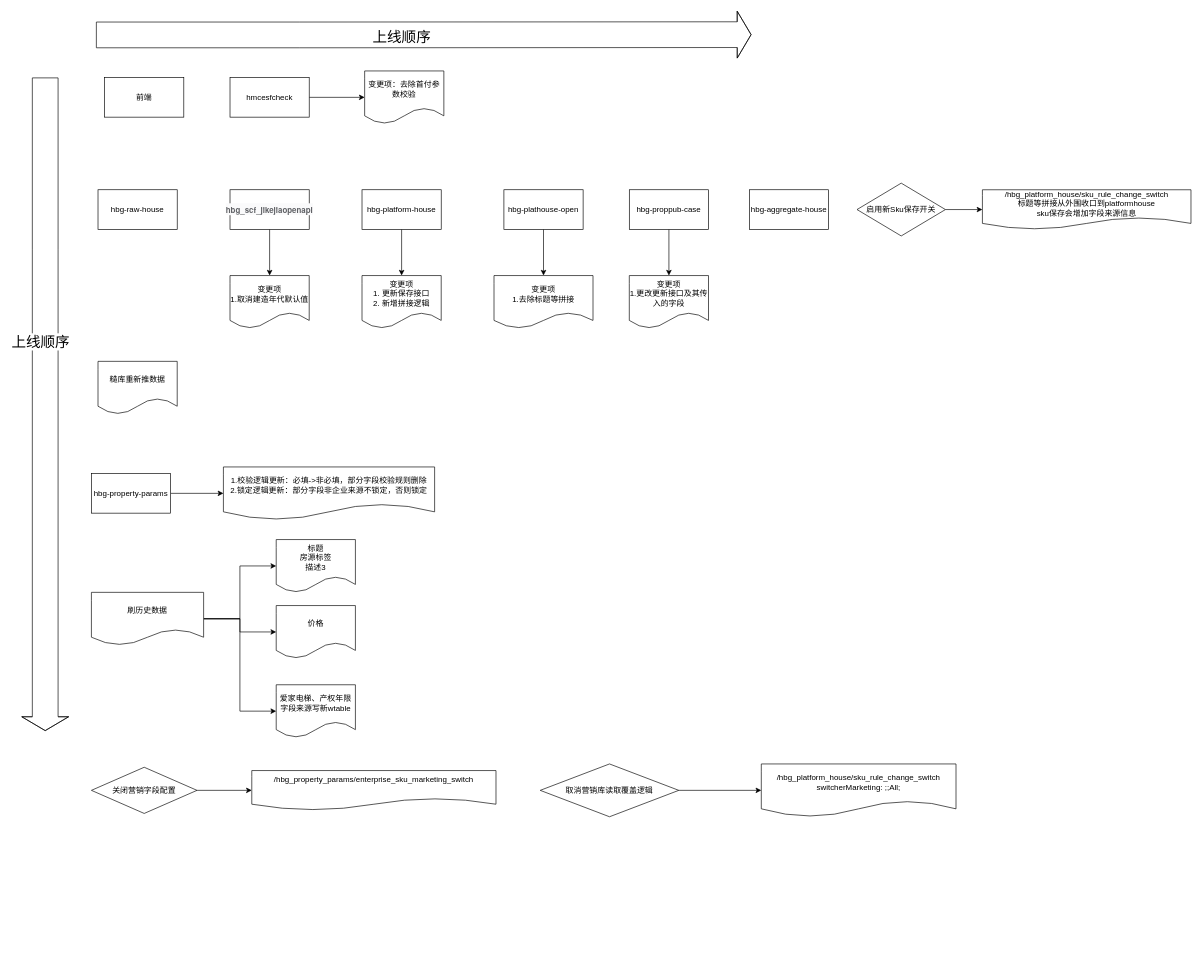
Earlier version of the draw.io diagram sku/sku规则改造上线流程.drawio (guyukou/drawio). Source tidied: cells renumbered, new cells numbered last; positions are measured from the earlier drawing's top-left corner, leaving out a move shared by most shapes. Both pictures are drawn from the tidied source at 66%, with x=0, y=0 at pixel (45, 34).
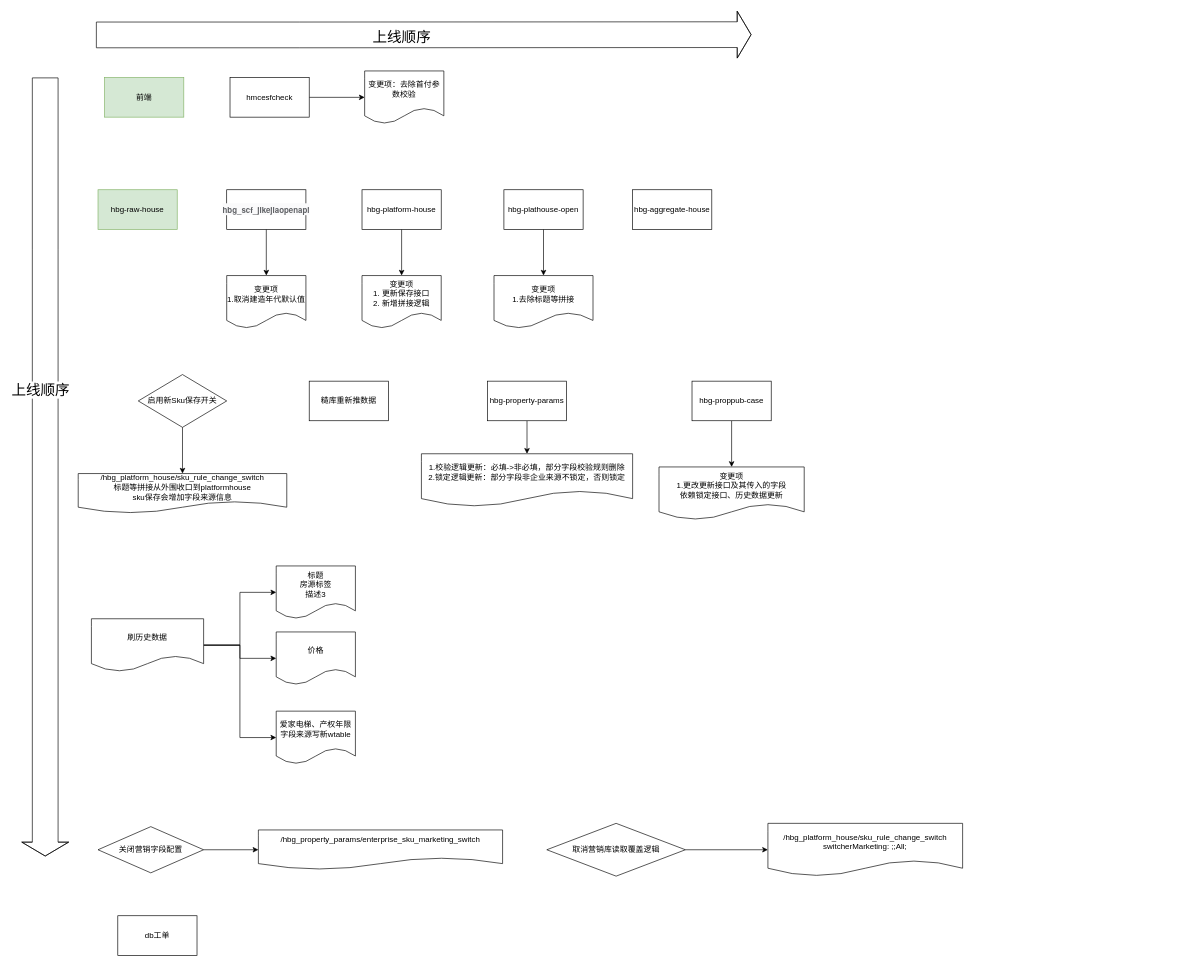
Above is the later version.

Commit message:
Update sku规则改造上线流程.drawio

The edit, as a diff of the source:
```diff
@@
     <mxCell id="4" value="hbg-aggregate-house" style="rounded=0;whiteSpace=wrap;html=1;" parent="1" vertex="1">
-      <mxGeometry x="1067" y="235" width="120" height="60" as="geometry" />
+      <mxGeometry x="890" y="235" width="120" height="60" as="geometry" />
     </mxCell>
@@
     <mxCell id="10" value="hbg-property-params" style="rounded=0;whiteSpace=wrap;html=1;" parent="1" vertex="1">
-      <mxGeometry x="70" y="665" width="120" height="60" as="geometry" />
+      <mxGeometry x="670" y="525" width="120" height="60" as="geometry" />
     </mxCell>
@@
     <mxCell id="12" value="hbg-proppub-case" style="rounded=0;whiteSpace=wrap;html=1;" parent="1" vertex="1">
-      <mxGeometry x="885" y="235" width="120" height="60" as="geometry" />
+      <mxGeometry x="980" y="525" width="120" height="60" as="geometry" />
     </mxCell>
-    <mxCell id="13" value="hbg-raw-house" style="rounded=0;whiteSpace=wrap;html=1;" parent="1" vertex="1">
+    <mxCell id="13" value="hbg-raw-house" style="rounded=0;whiteSpace=wrap;html=1;fillColor=#d5e8d4;strokeColor=#82b366;" parent="1" vertex="1">
       <mxGeometry x="80" y="235" width="120" height="60" as="geometry" />
     </mxCell>
@@
     <mxCell id="16" value="启用新Sku保存开关" style="rhombus;whiteSpace=wrap;html=1;" parent="1" vertex="1">
-      <mxGeometry x="1230" y="225" width="134" height="80" as="geometry" />
+      <mxGeometry x="141" y="515" width="134" height="80" as="geometry" />
     </mxCell>
     <mxCell id="17" value="1.校验逻辑更新：必填-&amp;gt;非必填，部分字段校验规则删除&lt;br&gt;2.锁定逻辑更新：部分字段非企业来源不锁定，否则锁定" style="shape=document;whiteSpace=wrap;html=1;boundedLbl=1;rounded=0;" parent="1" vertex="1">
-      <mxGeometry x="270" y="655" width="320" height="80" as="geometry" />
+      <mxGeometry x="570" y="635" width="320" height="80" as="geometry" />
     </mxCell>
     <mxCell id="18" style="shape=flexArrow;endArrow=classic;html=1;rounded=0;width=39;endSize=6.67;endWidth=31;strokeWidth=1;fontSize=22;verticalAlign=bottom;strokeColor=default;" parent="1" edge="1">
       <mxGeometry relative="1" as="geometry">
         <mxPoint y="65" as="sourcePoint" />
-        <mxPoint y="1055" as="targetPoint" />
+        <mxPoint y="1245" as="targetPoint" />
         <Array as="points">
           <mxPoint y="325" />
         </Array>
       </mxGeometry>
     </mxCell>
@@
     <mxCell id="21" value="关闭营销字段配置" style="rhombus;whiteSpace=wrap;html=1;fontSize=12;" parent="1" vertex="1">
-      <mxGeometry x="70" y="1110" width="160" height="70" as="geometry" />
+      <mxGeometry x="80" y="1200" width="160" height="70" as="geometry" />
     </mxCell>
     <mxCell id="22" value="&lt;div&gt;/hbg_property_params/enterprise_sku_marketing_switch&lt;/div&gt;&lt;div&gt;&lt;br&gt;&lt;/div&gt;" style="shape=document;whiteSpace=wrap;html=1;boundedLbl=1;" parent="1" vertex="1">
-      <mxGeometry x="313" y="1115" width="370" height="60" as="geometry" />
+      <mxGeometry x="323" y="1205" width="370" height="60" as="geometry" />
     </mxCell>
     <mxCell id="23" value="&lt;div&gt;/hbg_platform_house/sku_rule_change_switch&lt;/div&gt;&lt;div&gt;标题等拼接从外围收口到platformhouse&lt;br&gt;sku保存会增加字段来源信息&lt;/div&gt;" style="shape=document;whiteSpace=wrap;html=1;boundedLbl=1;" parent="1" vertex="1">
-      <mxGeometry x="1420" y="235" width="316" height="60" as="geometry" />
+      <mxGeometry x="50" y="665" width="316" height="60" as="geometry" />
     </mxCell>
-    <mxCell id="24" value="前端" style="rounded=0;whiteSpace=wrap;html=1;fontSize=12;" parent="1" vertex="1">
+    <mxCell id="24" value="前端" style="rounded=0;whiteSpace=wrap;html=1;fontSize=12;fillColor=#d5e8d4;strokeColor=#82b366;" parent="1" vertex="1">
       <mxGeometry x="90" y="65" width="120" height="60" as="geometry" />
     </mxCell>
@@
     <mxCell id="26" style="edgeStyle=orthogonalEdgeStyle;rounded=0;jettySize=auto;html=1;entryX=0;entryY=0.5;entryDx=0;entryDy=0;" parent="1" edge="1" source="28" target="39">
       <mxGeometry relative="1" as="geometry">
         <Array as="points">
-          <mxPoint x="295" y="885" />
-          <mxPoint x="295" y="905" />
+          <mxPoint x="295" y="925" />
+          <mxPoint x="295" y="945" />
         </Array>
       </mxGeometry>
     </mxCell>
@@
     <mxCell id="28" value="刷历史数据" style="shape=document;whiteSpace=wrap;html=1;boundedLbl=1;rounded=0;" parent="1" vertex="1">
-      <mxGeometry x="70" y="845" width="170" height="80" as="geometry" />
+      <mxGeometry x="70" y="885" width="170" height="80" as="geometry" />
     </mxCell>
@@
-    <mxCell id="32" value="变更项&lt;br&gt;1.更改更新接口及其传入的字段" style="shape=document;whiteSpace=wrap;html=1;boundedLbl=1;rounded=0;" parent="1" vertex="1">
-      <mxGeometry x="885" y="365" width="120" height="80" as="geometry" />
+    <mxCell id="32" value="变更项&lt;br&gt;1.更改更新接口及其传入的字段&lt;br&gt;依赖锁定接口、历史数据更新" style="shape=document;whiteSpace=wrap;html=1;boundedLbl=1;rounded=0;" parent="1" vertex="1">
+      <mxGeometry x="930" y="655" width="220" height="80" as="geometry" />
     </mxCell>
@@
     <mxCell id="35" value="&lt;span style=&quot;color: rgb(96, 98, 102); font-family: &amp;quot;Helvetica Neue&amp;quot;, Helvetica, &amp;quot;PingFang SC&amp;quot;, &amp;quot;Hiragino Sans GB&amp;quot;, &amp;quot;Microsoft YaHei&amp;quot;, 微软雅黑, Arial, sans-serif, don58; font-weight: 700; text-align: left; background-color: rgb(250, 250, 251);&quot;&gt;hbg_scf_jikejiaopenapi&lt;/span&gt;" style="rounded=0;whiteSpace=wrap;html=1;" parent="1" vertex="1">
-      <mxGeometry x="280" y="235" width="120" height="60" as="geometry" />
+      <mxGeometry x="275" y="235" width="120" height="60" as="geometry" />
     </mxCell>
     <mxCell id="36" value="变更项&lt;br&gt;1.取消建造年代默认值" style="shape=document;whiteSpace=wrap;html=1;boundedLbl=1;rounded=0;" parent="1" vertex="1">
-      <mxGeometry x="280" y="365" width="120" height="80" as="geometry" />
+      <mxGeometry x="275" y="365" width="120" height="80" as="geometry" />
     </mxCell>
-    <mxCell id="37" value="糙库重新推数据" style="shape=document;whiteSpace=wrap;html=1;boundedLbl=1;" parent="1" vertex="1">
-      <mxGeometry x="80" y="495" width="120" height="80" as="geometry" />
-    </mxCell>
     <mxCell id="38" value="标题&lt;br&gt;房源标签&lt;br&gt;描述3" style="shape=document;whiteSpace=wrap;html=1;boundedLbl=1;rounded=0;" parent="1" vertex="1">
-      <mxGeometry x="350" y="765" width="120" height="80" as="geometry" />
+      <mxGeometry x="350" y="805" width="120" height="80" as="geometry" />
     </mxCell>
     <mxCell id="39" value="价格" style="shape=document;whiteSpace=wrap;html=1;boundedLbl=1;" parent="1" vertex="1">
-      <mxGeometry x="350" y="865" width="120" height="80" as="geometry" />
+      <mxGeometry x="350" y="905" width="120" height="80" as="geometry" />
     </mxCell>
@@
     <mxCell id="41" value="取消营销库读取覆盖逻辑" style="rhombus;whiteSpace=wrap;html=1;" parent="1" vertex="1">
-      <mxGeometry x="750" y="1105" width="210" height="80" as="geometry" />
+      <mxGeometry x="760" y="1195" width="210" height="80" as="geometry" />
     </mxCell>
     <mxCell id="42" value="&lt;div&gt;/hbg_platform_house/sku_rule_change_switch&lt;/div&gt;&lt;div&gt;switcherMarketing: ;;All;&lt;br&gt;&lt;/div&gt;" style="shape=document;whiteSpace=wrap;html=1;boundedLbl=1;" parent="1" vertex="1">
-      <mxGeometry x="1085" y="1105" width="295" height="80" as="geometry" />
+      <mxGeometry x="1095" y="1195" width="295" height="80" as="geometry" />
     </mxCell>
     <mxCell id="43" value="爱家电梯、产权年限字段来源写新wtable" style="shape=document;whiteSpace=wrap;html=1;boundedLbl=1;rounded=0;" parent="1" vertex="1">
-      <mxGeometry x="350" y="985" width="120" height="80" as="geometry" />
+      <mxGeometry x="350" y="1025" width="120" height="80" as="geometry" />
     </mxCell>
+    <mxCell id="37" value="糙库重新推数据" style="rounded=0;whiteSpace=wrap;html=1;" parent="1" vertex="1">
+      <mxGeometry x="400" y="525" width="120" height="60" as="geometry" />
+    </mxCell>
+    <mxCell id="44" value="db工单" style="rounded=0;whiteSpace=wrap;html=1;" parent="1" vertex="1">
+      <mxGeometry x="110" y="1335" width="120" height="60" as="geometry" />
+    </mxCell>
```
